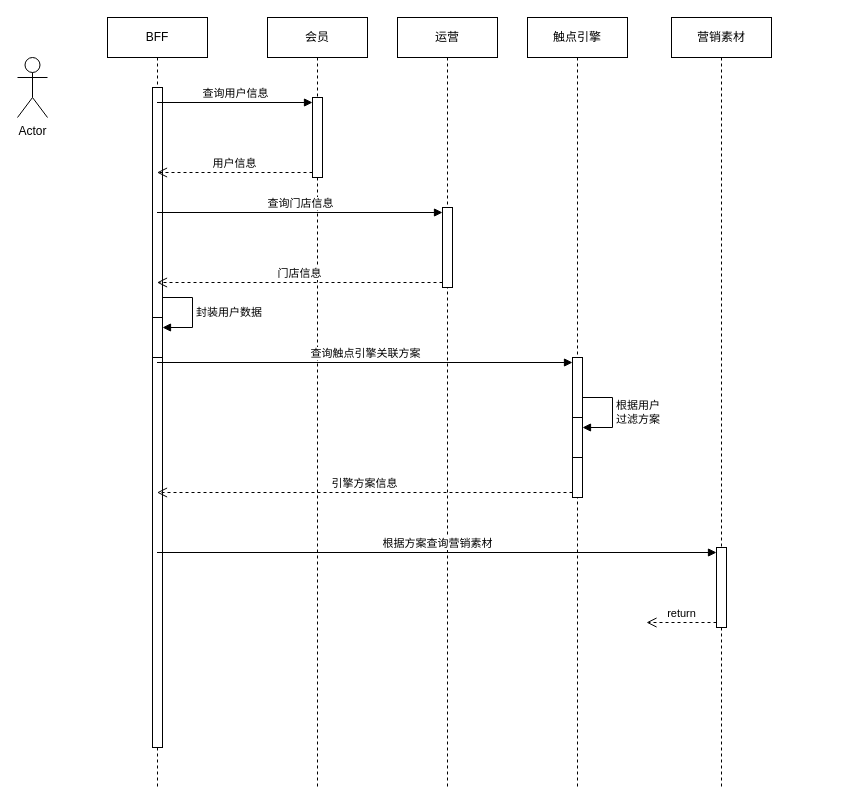
The draw.io diagram 触点系统/触点视觉方案.drawio in y13513867074/draw, before the edit. Source tidied: cells renumbered, new cells numbered last; positions are measured from the earlier drawing's top-left corner, leaving out a move shared by most shapes. Both pictures are drawn from the tidied source at 100%, with x=0, y=0 at pixel (17, 17).
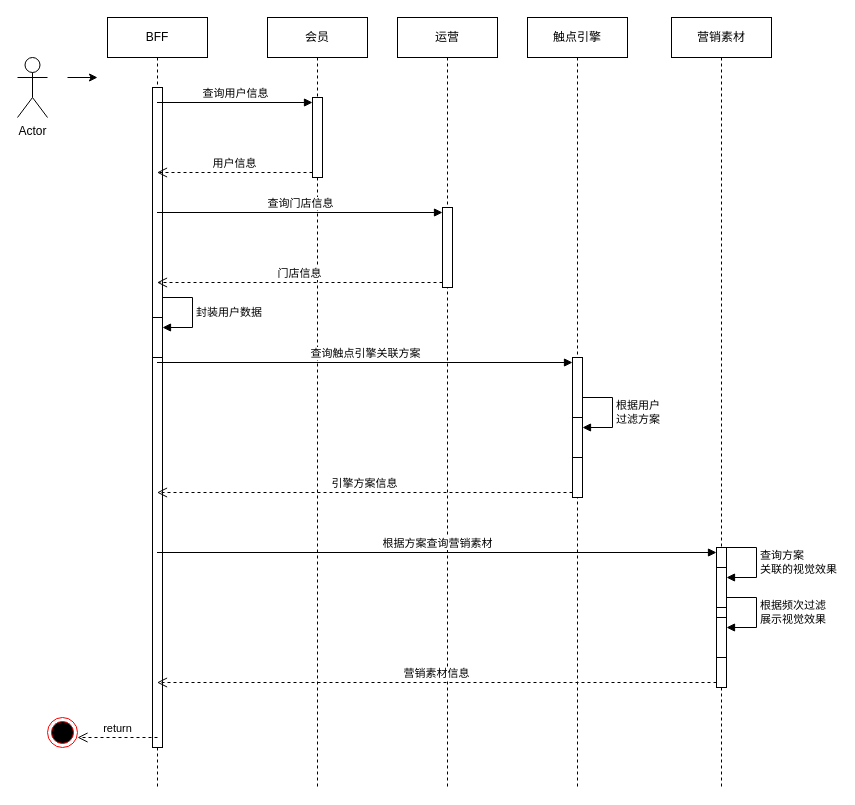
The same diagram, later.

Commit message:
更新触点视觉方案.drawio

The change refers to these unchanged cells:
```xml
<mxCell id="2" value="BFF" style="shape=umlLifeline;perimeter=lifelinePerimeter;whiteSpace=wrap;html=1;outlineConnect=0;portConstraint=eastwest;newEdgeStyle={&quot;curved&quot;:0,&quot;rounded&quot;:0};" parent="1" vertex="1">
  <mxGeometry x="90" width="100" height="770" as="geometry" />
</mxCell>
<mxCell id="6" value="营销素材" style="shape=umlLifeline;perimeter=lifelinePerimeter;whiteSpace=wrap;html=1;newEdgeStyle={&quot;curved&quot;:0,&quot;rounded&quot;:0};" parent="1" vertex="1">
  <mxGeometry x="654" width="100" height="770" as="geometry" />
</mxCell>
```

The edit, as a diff of the source:
```diff
@@
     <mxCell id="7" style="html=1;points=[[0,0,0,0,5],[0,1,0,0,-5],[1,0,0,0,5],[1,1,0,0,-5]];perimeter=orthogonalPerimeter;outlineConnect=0;targetShapes=umlLifeline;portConstraint=eastwest;newEdgeStyle={&quot;curved&quot;:0,&quot;rounded&quot;:0};" parent="6" vertex="1">
-      <mxGeometry x="45" y="530" width="10" height="80" as="geometry" />
+      <mxGeometry x="45" y="530" width="10" height="140" as="geometry" />
     </mxCell>
-    <mxCell id="8" value="return" style="html=1;verticalAlign=bottom;endArrow=open;dashed=1;endSize=8;curved=0;rounded=0;exitX=0;exitY=1;exitDx=0;exitDy=-5;" parent="6" edge="1" source="7">
-      <mxGeometry relative="1" as="geometry">
-        <mxPoint x="-25" y="605" as="targetPoint" />
-      </mxGeometry>
-    </mxCell>
+    <mxCell id="25" style="html=1;points=[[0,0,0,0,5],[0,1,0,0,-5],[1,0,0,0,5],[1,1,0,0,-5]];perimeter=orthogonalPerimeter;outlineConnect=0;targetShapes=umlLifeline;portConstraint=eastwest;newEdgeStyle={&quot;curved&quot;:0,&quot;rounded&quot;:0};" parent="6" vertex="1">
+      <mxGeometry x="45" y="550" width="10" height="40" as="geometry" />
+    </mxCell>
+    <mxCell id="26" value="查询方案&lt;br&gt;关联的视觉效果" style="html=1;align=left;spacingLeft=2;endArrow=block;rounded=0;edgeStyle=orthogonalEdgeStyle;curved=0;rounded=0;" parent="6" edge="1" target="25">
+      <mxGeometry relative="1" as="geometry">
+        <mxPoint x="55" y="530" as="sourcePoint" />
+        <Array as="points">
+          <mxPoint x="85" y="560" />
+        </Array>
+      </mxGeometry>
+    </mxCell>
+    <mxCell id="27" style="html=1;points=[[0,0,0,0,5],[0,1,0,0,-5],[1,0,0,0,5],[1,1,0,0,-5]];perimeter=orthogonalPerimeter;outlineConnect=0;targetShapes=umlLifeline;portConstraint=eastwest;newEdgeStyle={&quot;curved&quot;:0,&quot;rounded&quot;:0};" parent="6" vertex="1">
+      <mxGeometry x="45" y="600" width="10" height="40" as="geometry" />
+    </mxCell>
+    <mxCell id="28" value="根据频次过滤&lt;br&gt;展示视觉效果" style="html=1;align=left;spacingLeft=2;endArrow=block;rounded=0;edgeStyle=orthogonalEdgeStyle;curved=0;rounded=0;" parent="6" edge="1" target="27">
+      <mxGeometry relative="1" as="geometry">
+        <mxPoint x="55" y="580" as="sourcePoint" />
+        <Array as="points">
+          <mxPoint x="85" y="610" />
+        </Array>
+      </mxGeometry>
+    </mxCell>
@@
+    <mxCell id="29" style="edgeStyle=orthogonalEdgeStyle;rounded=0;orthogonalLoop=1;jettySize=auto;html=1;" parent="1" edge="1">
+      <mxGeometry relative="1" as="geometry">
+        <mxPoint x="50" y="60" as="sourcePoint" />
+        <mxPoint x="80" y="60" as="targetPoint" />
+      </mxGeometry>
+    </mxCell>
@@
+    <mxCell id="8" value="营销素材信息" style="html=1;verticalAlign=bottom;endArrow=open;dashed=1;endSize=8;curved=0;rounded=0;exitX=0;exitY=1;exitDx=0;exitDy=-5;" parent="1" edge="1" source="7" target="2">
+      <mxGeometry relative="1" as="geometry" />
+    </mxCell>
+    <mxCell id="30" style="ellipse;html=1;shape=endState;fillColor=#000000;strokeColor=#ff0000;" parent="1" vertex="1">
+      <mxGeometry x="30" y="700" width="30" height="30" as="geometry" />
+    </mxCell>
+    <mxCell id="31" value="return" style="html=1;verticalAlign=bottom;endArrow=open;dashed=1;endSize=8;curved=0;rounded=0;" parent="1" edge="1">
+      <mxGeometry relative="1" as="geometry">
+        <mxPoint x="140" y="720" as="sourcePoint" />
+        <mxPoint x="60" y="720" as="targetPoint" />
+      </mxGeometry>
+    </mxCell>
```
